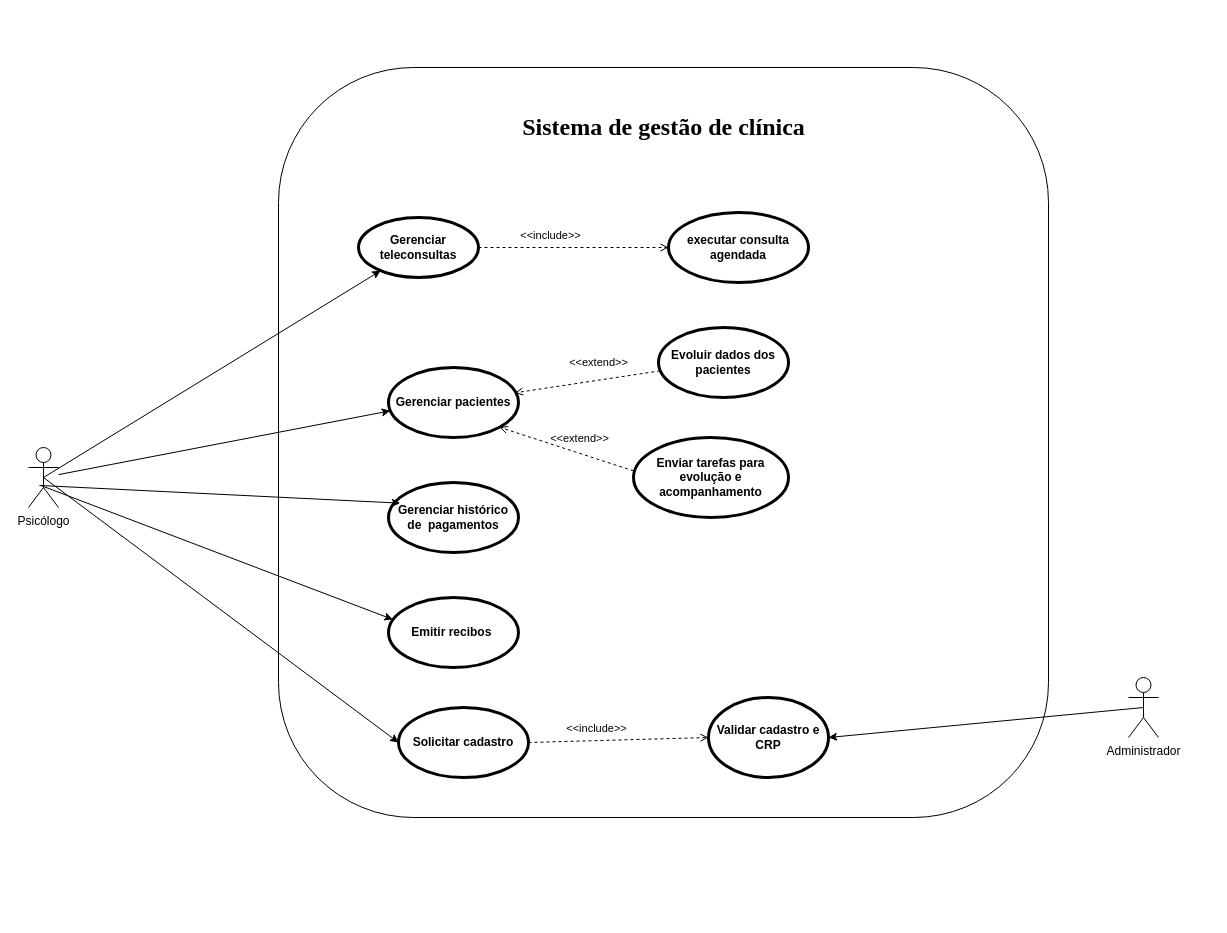
Melancia-Salgada/Documentos keeps this draw.io diagram as casos_de_uso.drawio. Above is the earlier version. Source tidied: cells renumbered, new cells numbered last; positions are measured from the earlier drawing's top-left corner, leaving out a move shared by most shapes. Both pictures are drawn from the tidied source at 100%, with x=0, y=0 at pixel (28, 67).
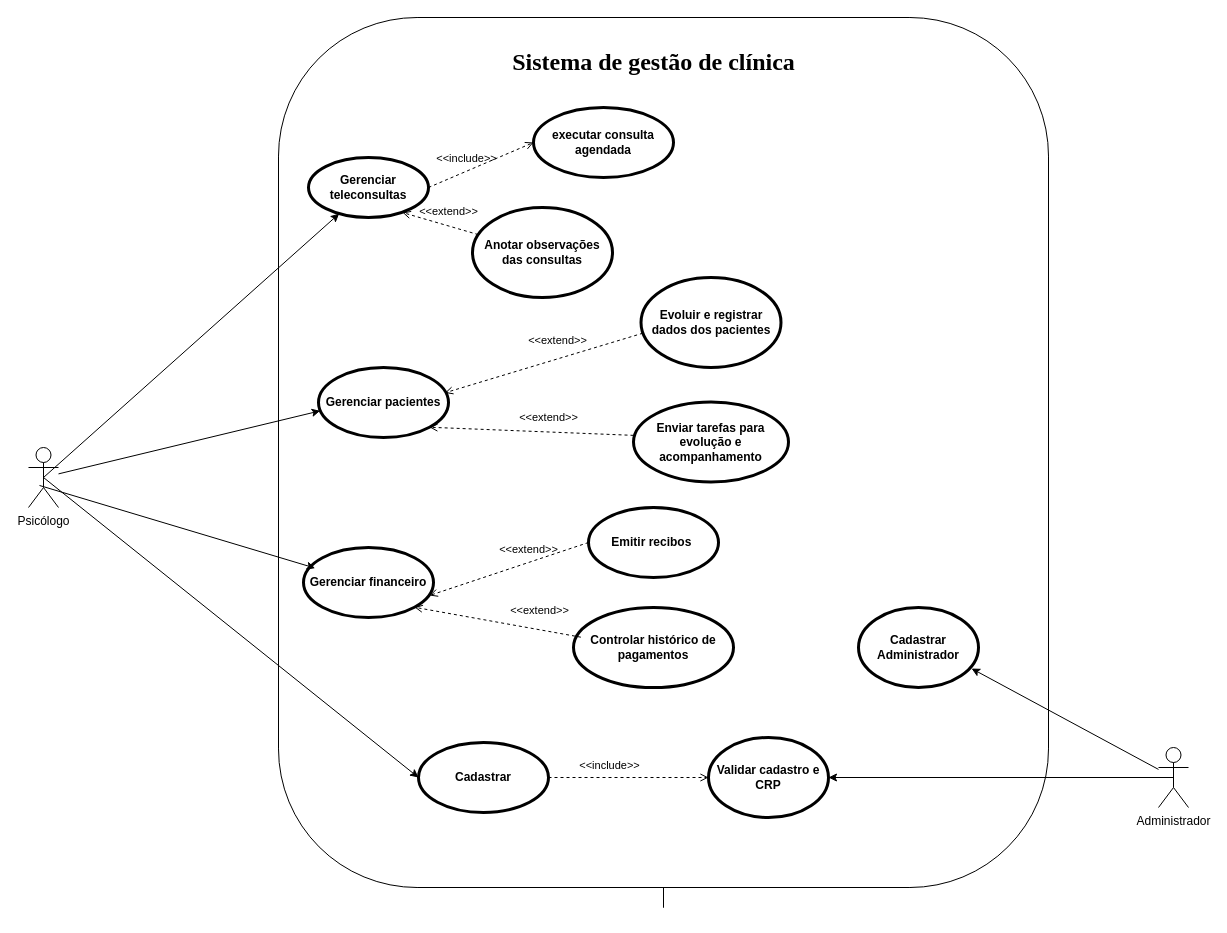
The same page after the edit.

Unchanged cells that the change refers to:
```xml
<mxCell id="3" value="Psicólogo" style="shape=umlActor;html=1;verticalLabelPosition=bottom;verticalAlign=top;align=center;" parent="1" vertex="1">
  <mxGeometry y="380" width="30" height="60" as="geometry" />
</mxCell>
```

Diff of the diagram source:
```diff
@@
+    <mxCell id="25" style="edgeStyle=orthogonalEdgeStyle;rounded=0;jettySize=auto;html=1;" parent="1" edge="1" source="2">
+      <mxGeometry relative="1" as="geometry">
+        <mxPoint x="635" y="780" as="targetPoint" />
+      </mxGeometry>
+    </mxCell>
     <mxCell id="2" style="rounded=1;whiteSpace=wrap;html=1;arcSize=18;" parent="1" vertex="1">
-      <mxGeometry x="250" width="770" height="750" as="geometry" />
+      <mxGeometry x="250" y="-50" width="770" height="870" as="geometry" />
     </mxCell>
@@
     <mxCell id="4" value="Gerenciar teleconsultas" style="shape=ellipse;html=1;strokeWidth=3;fontStyle=1;whiteSpace=wrap;align=center;perimeter=ellipsePerimeter;" parent="1" vertex="1">
-      <mxGeometry x="330" y="150" width="120" height="60" as="geometry" />
+      <mxGeometry x="280" y="90" width="120" height="60" as="geometry" />
     </mxCell>
@@
-    <mxCell id="6" value="Evoluir dados dos pacientes" style="shape=ellipse;html=1;strokeWidth=3;fontStyle=1;whiteSpace=wrap;align=center;perimeter=ellipsePerimeter;" parent="1" vertex="1">
-      <mxGeometry x="630" y="260" width="130" height="70" as="geometry" />
+    <mxCell id="6" value="Evoluir e registrar dados dos pacientes" style="shape=ellipse;html=1;strokeWidth=3;fontStyle=1;whiteSpace=wrap;align=center;perimeter=ellipsePerimeter;" parent="1" vertex="1">
+      <mxGeometry x="612.5" y="210" width="140" height="90" as="geometry" />
     </mxCell>
-    <mxCell id="7" value="Gerenciar histórico de&amp;nbsp; pagamentos" style="shape=ellipse;html=1;strokeWidth=3;fontStyle=1;whiteSpace=wrap;align=center;perimeter=ellipsePerimeter;" parent="1" vertex="1">
-      <mxGeometry x="360" y="415" width="130" height="70" as="geometry" />
+    <mxCell id="7" value="Gerenciar financeiro" style="shape=ellipse;html=1;strokeWidth=3;fontStyle=1;whiteSpace=wrap;align=center;perimeter=ellipsePerimeter;" parent="1" vertex="1">
+      <mxGeometry x="275" y="480" width="130" height="70" as="geometry" />
     </mxCell>
@@
     <mxCell id="9" value="Emitir recibos&amp;nbsp;" style="shape=ellipse;html=1;strokeWidth=3;fontStyle=1;whiteSpace=wrap;align=center;perimeter=ellipsePerimeter;" parent="1" vertex="1">
-      <mxGeometry x="360" y="530" width="130" height="70" as="geometry" />
+      <mxGeometry x="560" y="440" width="130" height="70" as="geometry" />
     </mxCell>
-    <mxCell id="10" style="endArrow=classic;html=1;rounded=0;entryX=0.033;entryY=0.314;entryDx=0;entryDy=0;entryPerimeter=0;exitX=0.411;exitY=0.633;exitDx=0;exitDy=0;exitPerimeter=0;" parent="1" edge="1" source="3" target="9">
-      <mxGeometry relative="1" as="geometry" />
-    </mxCell>
     <mxCell id="11" value="executar consulta agendada" style="shape=ellipse;html=1;strokeWidth=3;fontStyle=1;whiteSpace=wrap;align=center;perimeter=ellipsePerimeter;" parent="1" vertex="1">
-      <mxGeometry x="640" y="145" width="140" height="70" as="geometry" />
+      <mxGeometry x="505" y="40" width="140" height="70" as="geometry" />
     </mxCell>
@@
     <mxCell id="13" value="Gerenciar pacientes" style="shape=ellipse;html=1;strokeWidth=3;fontStyle=1;whiteSpace=wrap;align=center;perimeter=ellipsePerimeter;" parent="1" vertex="1">
-      <mxGeometry x="360" y="300" width="130" height="70" as="geometry" />
+      <mxGeometry x="290" y="300" width="130" height="70" as="geometry" />
     </mxCell>
@@
     <mxCell id="15" value="&lt;h1&gt;&lt;font face=&quot;Times New Roman&quot; style=&quot;font-size: 24px;&quot;&gt;Sistema de gestão de clínica&lt;/font&gt;&lt;/h1&gt;" style="text;html=1;align=center;verticalAlign=middle;strokeColor=none;fillColor=none;" parent="1" vertex="1">
-      <mxGeometry x="480" y="25" width="310" height="70" as="geometry" />
+      <mxGeometry x="470" y="-40" width="310" height="70" as="geometry" />
     </mxCell>
-    <mxCell id="16" value="Solicitar cadastro" style="shape=ellipse;html=1;strokeWidth=3;fontStyle=1;whiteSpace=wrap;align=center;perimeter=ellipsePerimeter;" parent="1" vertex="1">
-      <mxGeometry x="370" y="640" width="130" height="70" as="geometry" />
+    <mxCell id="16" value="Cadastrar" style="shape=ellipse;html=1;strokeWidth=3;fontStyle=1;whiteSpace=wrap;align=center;perimeter=ellipsePerimeter;" parent="1" vertex="1">
+      <mxGeometry x="390" y="675" width="130" height="70" as="geometry" />
     </mxCell>
@@
     <mxCell id="18" value="Administrador" style="shape=umlActor;html=1;verticalLabelPosition=bottom;verticalAlign=top;align=center;" parent="1" vertex="1">
-      <mxGeometry x="1100" y="610" width="30" height="60" as="geometry" />
+      <mxGeometry x="1130" y="680" width="30" height="60" as="geometry" />
     </mxCell>
@@
     <mxCell id="20" value="Validar cadastro e CRP" style="shape=ellipse;html=1;strokeWidth=3;fontStyle=1;whiteSpace=wrap;align=center;perimeter=ellipsePerimeter;" parent="1" vertex="1">
-      <mxGeometry x="680" y="630" width="120" height="80" as="geometry" />
+      <mxGeometry x="680" y="670" width="120" height="80" as="geometry" />
     </mxCell>
@@
     <mxCell id="22" value="Enviar tarefas para evolução e acompanhamento" style="shape=ellipse;html=1;strokeWidth=3;fontStyle=1;whiteSpace=wrap;align=center;perimeter=ellipsePerimeter;" parent="1" vertex="1">
-      <mxGeometry x="605" y="370" width="155" height="80" as="geometry" />
+      <mxGeometry x="605" y="334.5" width="155" height="80" as="geometry" />
     </mxCell>
@@
+    <mxCell id="26" value="&amp;lt;&amp;lt;extend&amp;gt;&amp;gt;" style="html=1;verticalAlign=bottom;labelBackgroundColor=none;endArrow=open;endFill=0;dashed=1;rounded=0;exitX=0;exitY=0.5;exitDx=0;exitDy=0;entryX=0.969;entryY=0.686;entryDx=0;entryDy=0;entryPerimeter=0;" parent="1" edge="1" source="9" target="7">
+      <mxGeometry x="-0.26" y="-4" relative="1" as="geometry" />
+    </mxCell>
+    <mxCell id="27" value="Controlar histórico de pagamentos" style="shape=ellipse;html=1;strokeWidth=3;fontStyle=1;whiteSpace=wrap;align=center;perimeter=ellipsePerimeter;" parent="1" vertex="1">
+      <mxGeometry x="545" y="540" width="160" height="80" as="geometry" />
+    </mxCell>
+    <mxCell id="28" value="&amp;lt;&amp;lt;extend&amp;gt;&amp;gt;" style="html=1;verticalAlign=bottom;labelBackgroundColor=none;endArrow=open;endFill=0;dashed=1;rounded=0;exitX=0.046;exitY=0.371;exitDx=0;exitDy=0;entryX=1;entryY=1;entryDx=0;entryDy=0;exitPerimeter=0;" parent="1" edge="1" source="27" target="7">
+      <mxGeometry x="-0.48" y="-10" relative="1" as="geometry" />
+    </mxCell>
+    <mxCell id="29" value="Anotar observações das consultas" style="shape=ellipse;html=1;strokeWidth=3;fontStyle=1;whiteSpace=wrap;align=center;perimeter=ellipsePerimeter;" parent="1" vertex="1">
+      <mxGeometry x="444" y="140" width="140" height="90" as="geometry" />
+    </mxCell>
+    <mxCell id="30" value="&amp;lt;&amp;lt;extend&amp;gt;&amp;gt;" style="html=1;verticalAlign=bottom;labelBackgroundColor=none;endArrow=open;endFill=0;dashed=1;rounded=0;entryX=0.783;entryY=0.917;entryDx=0;entryDy=0;entryPerimeter=0;" parent="1" edge="1" source="29" target="4">
+      <mxGeometry x="-0.16" y="-5" relative="1" as="geometry">
+        <mxPoint x="1" as="offset" />
+      </mxGeometry>
+    </mxCell>
+    <mxCell id="31" value="Cadastrar Administrador" style="shape=ellipse;html=1;strokeWidth=3;fontStyle=1;whiteSpace=wrap;align=center;perimeter=ellipsePerimeter;" parent="1" vertex="1">
+      <mxGeometry x="830" y="540" width="120" height="80" as="geometry" />
+    </mxCell>
+    <mxCell id="32" style="endArrow=classic;html=1;rounded=0;entryX=0.942;entryY=0.763;entryDx=0;entryDy=0;entryPerimeter=0;" parent="1" edge="1" source="18" target="31">
+      <mxGeometry relative="1" as="geometry" />
+    </mxCell>
```
